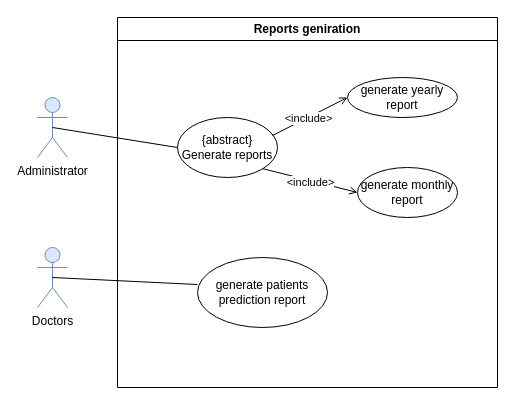
Above: reports.drawio in IndecentTulip/Online-Health-Monitoring-System (draw.io), before the change. Source tidied: cells renumbered, new cells numbered last; positions are measured from the earlier drawing's top-left corner, leaving out a move shared by most shapes. Both pictures are drawn from the tidied source at 100%, with x=0, y=0 at pixel (37, 17).
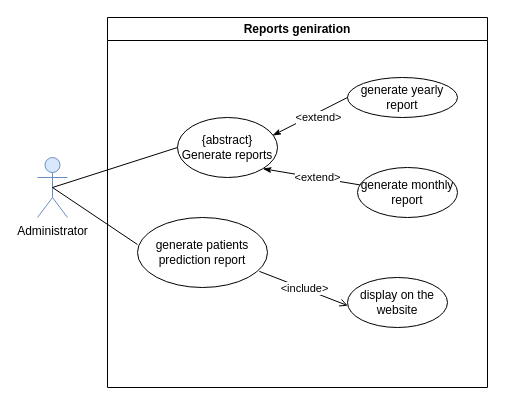
After the change.

Change to the diagram source:
```diff
@@
 <mxGraphModel>
   <root>
     <mxCell id="0" />
     <mxCell id="1" parent="0" />
     <mxCell id="2" value="generate monthly report" style="ellipse;whiteSpace=wrap;html=1;" parent="1" vertex="1">
       <mxGeometry x="320" y="150" width="100" height="50" as="geometry" />
     </mxCell>
     <mxCell id="3" value="generate yearly report" style="ellipse;whiteSpace=wrap;html=1;" parent="1" vertex="1">
       <mxGeometry x="310" y="60" width="110" height="40" as="geometry" />
     </mxCell>
     <mxCell id="4" value="{abstract}&lt;br&gt;Generate reports" style="ellipse;whiteSpace=wrap;html=1;" parent="1" vertex="1">
       <mxGeometry x="140" y="100" width="100" height="60" as="geometry" />
     </mxCell>
-    <mxCell id="5" style="endArrow=open;html=1;rounded=0;entryX=0;entryY=0.5;entryDx=0;entryDy=0;endFill=0;startArrow=none;startFill=0;exitX=0.95;exitY=0.3;exitDx=0;exitDy=0;exitPerimeter=0;" parent="1" edge="1" source="4" target="3">
+    <mxCell id="5" style="endArrow=none;html=1;rounded=0;entryX=0;entryY=0.5;entryDx=0;entryDy=0;endFill=0;startArrow=classicThin;startFill=1;exitX=0.95;exitY=0.3;exitDx=0;exitDy=0;exitPerimeter=0;" parent="1" edge="1" source="4" target="3">
       <mxGeometry relative="1" as="geometry" />
     </mxCell>
-    <mxCell id="6" value="&amp;lt;include&amp;gt;" style="edgeLabel;html=1;align=center;verticalAlign=middle;" parent="5" vertex="1">
+    <mxCell id="6" value="&amp;lt;extend&amp;gt;" style="edgeLabel;html=1;align=center;verticalAlign=middle;" parent="5" vertex="1">
       <mxGeometry x="-0.2" y="-2" relative="1" as="geometry">
-        <mxPoint x="4" y="-4" as="offset" />
+        <mxPoint x="14" y="-5" as="offset" />
       </mxGeometry>
     </mxCell>
-    <mxCell id="7" style="endArrow=open;html=1;rounded=0;exitX=1;exitY=1;exitDx=0;exitDy=0;endFill=0;startArrow=none;startFill=0;" parent="1" edge="1" source="4">
-      <mxGeometry relative="1" as="geometry">
-        <mxPoint x="320" y="175" as="targetPoint" />
-      </mxGeometry>
-    </mxCell>
-    <mxCell id="8" value="&amp;lt;include&amp;gt;" style="edgeLabel;html=1;align=center;verticalAlign=middle;" parent="7" vertex="1">
-      <mxGeometry x="0.01" y="-1" relative="1" as="geometry" />
-    </mxCell>
-    <mxCell id="9" value="generate patients prediction report" style="ellipse;whiteSpace=wrap;html=1;" parent="1" vertex="1">
-      <mxGeometry x="160" y="240" width="130" height="70" as="geometry" />
-    </mxCell>
-    <mxCell id="10" value="Doctors" style="shape=umlActor;verticalLabelPosition=bottom;verticalAlign=top;html=1;outlineConnect=0;fillColor=#dae8fc;strokeColor=#6c8ebf;" parent="1" vertex="1">
-      <mxGeometry y="230" width="30" height="60" as="geometry" />
-    </mxCell>
     <mxCell id="11" value="Administrator" style="shape=umlActor;verticalLabelPosition=bottom;verticalAlign=top;html=1;outlineConnect=0;fillColor=#dae8fc;strokeColor=#6c8ebf;" parent="1" vertex="1">
-      <mxGeometry y="80" width="30" height="60" as="geometry" />
+      <mxGeometry y="140" width="30" height="60" as="geometry" />
     </mxCell>
     <mxCell id="12" style="endArrow=none;html=1;rounded=0;exitX=0.5;exitY=0.5;exitDx=0;exitDy=0;exitPerimeter=0;entryX=0;entryY=0.5;entryDx=0;entryDy=0;" parent="1" edge="1" source="11" target="4">
       <mxGeometry relative="1" as="geometry" />
     </mxCell>
-    <mxCell id="13" style="endArrow=none;html=1;rounded=0;exitX=0.5;exitY=0.5;exitDx=0;exitDy=0;exitPerimeter=0;entryX=0;entryY=0.386;entryDx=0;entryDy=0;entryPerimeter=0;" parent="1" edge="1" source="10" target="9">
+    <mxCell id="13" style="endArrow=none;html=1;rounded=0;entryX=0;entryY=0.386;entryDx=0;entryDy=0;entryPerimeter=0;exitX=0.5;exitY=0.5;exitDx=0;exitDy=0;exitPerimeter=0;" parent="1" edge="1" source="11" target="9">
       <mxGeometry relative="1" as="geometry" />
     </mxCell>
     <mxCell id="14" value="Reports geniration" style="swimlane;whiteSpace=wrap;html=1;" parent="1" vertex="1">
-      <mxGeometry x="80" width="380" height="370" as="geometry" />
+      <mxGeometry x="70" width="380" height="370" as="geometry" />
     </mxCell>
+    <mxCell id="9" value="generate patients prediction report" style="ellipse;whiteSpace=wrap;html=1;" parent="14" vertex="1">
+      <mxGeometry x="30" y="200" width="130" height="70" as="geometry" />
+    </mxCell>
+    <mxCell id="15" value="display on the website" style="ellipse;whiteSpace=wrap;html=1;" parent="14" vertex="1">
+      <mxGeometry x="240" y="260" width="100" height="50" as="geometry" />
+    </mxCell>
+    <mxCell id="16" style="endArrow=open;html=1;rounded=0;exitX=0.937;exitY=0.769;exitDx=0;exitDy=0;endFill=0;startArrow=none;startFill=0;exitPerimeter=0;entryX=0.003;entryY=0.563;entryDx=0;entryDy=0;entryPerimeter=0;" parent="14" edge="1" source="9" target="15">
+      <mxGeometry relative="1" as="geometry" />
+    </mxCell>
+    <mxCell id="8" value="&amp;lt;include&amp;gt;" style="edgeLabel;html=1;align=center;verticalAlign=middle;" parent="16" vertex="1">
+      <mxGeometry x="0.01" y="-1" relative="1" as="geometry">
+        <mxPoint y="-2" as="offset" />
+      </mxGeometry>
+    </mxCell>
+    <mxCell id="17" style="endArrow=none;html=1;rounded=0;endFill=0;startArrow=classicThin;startFill=1;exitX=1;exitY=1;exitDx=0;exitDy=0;" parent="1" edge="1" source="4" target="2">
+      <mxGeometry relative="1" as="geometry" />
+    </mxCell>
+    <mxCell id="18" value="&amp;lt;extend&amp;gt;" style="edgeLabel;html=1;align=center;verticalAlign=middle;" parent="17" vertex="1">
+      <mxGeometry x="-0.2" y="-2" relative="1" as="geometry">
+        <mxPoint x="16" as="offset" />
+      </mxGeometry>
+    </mxCell>
   </root>
 </mxGraphModel>
```
